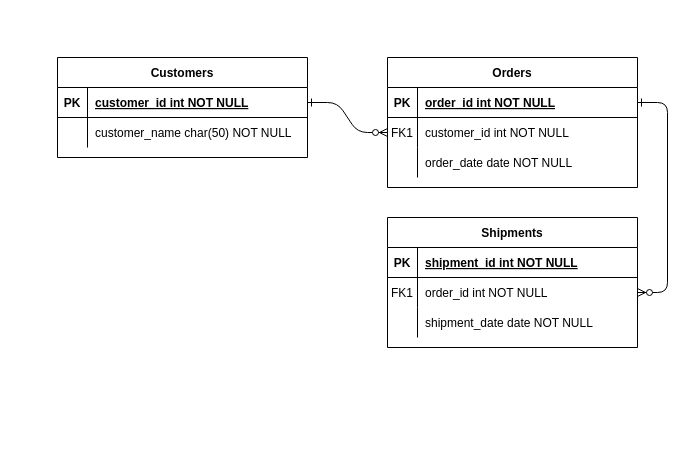
jungminji1227/study-diagram keeps this draw.io diagram as src/Untitled Diagram.drawio. Above is the earlier version. Source tidied: cells renumbered, new cells numbered last; positions are measured from the earlier drawing's top-left corner, leaving out a move shared by most shapes. Both pictures are drawn from the tidied source at 100%, with x=0, y=0 at pixel (57, 57).
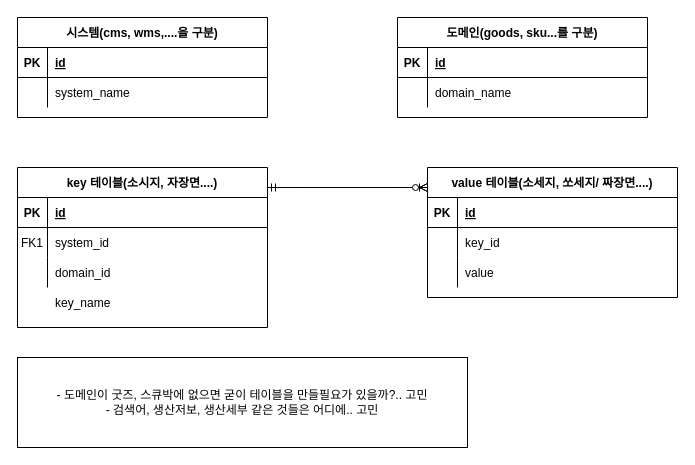
The same page after the edit.

The change refers to these unchanged cells:
```xml
<mxCell id="15" style="shape=partialRectangle;fillColor=none;top=0;left=0;right=0;bottom=1;" parent="14" vertex="1">
  <mxGeometry y="30" width="250" height="30" as="geometry" />
</mxCell>
<mxCell id="18" style="shape=partialRectangle;fillColor=none;points=[[0,0.5],[1,0.5]];portConstraint=eastwest;top=0;left=0;right=0;bottom=0;" parent="14" vertex="1">
  <mxGeometry y="60" width="250" height="30" as="geometry" />
</mxCell>
<mxCell id="21" style="shape=partialRectangle;fillColor=none;top=0;left=0;right=0;bottom=0;" parent="14" vertex="1">
  <mxGeometry y="90" width="250" height="30" as="geometry" />
</mxCell>
<mxCell id="25" style="shape=partialRectangle;fillColor=none;points=[[0,0.5],[1,0.5]];portConstraint=eastwest;top=0;left=0;right=0;bottom=1;" parent="24" vertex="1">
  <mxGeometry y="30" width="250" height="30" as="geometry" />
</mxCell>
<mxCell id="28" style="shape=partialRectangle;fillColor=none;top=0;left=0;right=0;bottom=0;" parent="24" vertex="1">
  <mxGeometry y="60" width="250" height="30" as="geometry" />
</mxCell>
```

What changed in the source:
```diff
@@
-    <mxCell id="2" style="edgeStyle=entityRelationEdgeStyle;endArrow=ERzeroToMany;startArrow=ERone;endFill=1;startFill=0;" parent="1" edge="1" source="25" target="8">
-      <mxGeometry relative="1" as="geometry" />
-    </mxCell>
-    <mxCell id="3" style="edgeStyle=entityRelationEdgeStyle;endArrow=ERzeroToMany;startArrow=ERone;endFill=1;startFill=0;" parent="1" edge="1" source="5" target="18">
-      <mxGeometry relative="1" as="geometry" />
-    </mxCell>
-    <mxCell id="4" value="Orders" style="shape=table;startSize=30;childLayout=tableLayout;rowLines=0;fontStyle=1;align=center;" parent="1" vertex="1">
-      <mxGeometry x="330" width="250" height="130" as="geometry" />
-    </mxCell>
-    <mxCell id="5" style="shape=partialRectangle;fillColor=none;points=[[0,0.5],[1,0.5]];portConstraint=eastwest;top=0;left=0;right=0;bottom=1;" parent="4" vertex="1">
-      <mxGeometry y="30" width="250" height="30" as="geometry" />
-    </mxCell>
-    <mxCell id="6" value="PK" style="shape=partialRectangle;overflow=hidden;fillColor=none;top=0;left=0;bottom=0;right=0;fontStyle=1;" parent="5" vertex="1">
-      <mxGeometry width="30" height="30" as="geometry" />
-    </mxCell>
-    <mxCell id="7" value="order_id int NOT NULL " style="shape=partialRectangle;overflow=hidden;fillColor=none;top=0;left=0;bottom=0;right=0;align=left;spacingLeft=6;fontStyle=5;" parent="5" vertex="1">
-      <mxGeometry x="30" width="220" height="30" as="geometry" />
-    </mxCell>
-    <mxCell id="8" style="shape=partialRectangle;fillColor=none;points=[[0,0.5],[1,0.5]];portConstraint=eastwest;top=0;left=0;right=0;bottom=0;" parent="4" vertex="1">
-      <mxGeometry y="60" width="250" height="30" as="geometry" />
-    </mxCell>
-    <mxCell id="9" value="FK1" style="shape=partialRectangle;overflow=hidden;fillColor=none;top=0;left=0;bottom=0;right=0;" parent="8" vertex="1">
-      <mxGeometry width="30" height="30" as="geometry" />
-    </mxCell>
-    <mxCell id="10" value="customer_id int NOT NULL" style="shape=partialRectangle;overflow=hidden;fillColor=none;top=0;left=0;bottom=0;right=0;align=left;spacingLeft=6;" parent="8" vertex="1">
-      <mxGeometry x="30" width="220" height="30" as="geometry" />
-    </mxCell>
-    <mxCell id="11" style="shape=partialRectangle;fillColor=none;top=0;left=0;right=0;bottom=0;" parent="4" vertex="1">
-      <mxGeometry y="90" width="250" height="30" as="geometry" />
-    </mxCell>
-    <mxCell id="12" style="shape=partialRectangle;overflow=hidden;fillColor=none;top=0;left=0;bottom=0;right=0;" parent="11" vertex="1">
-      <mxGeometry width="30" height="30" as="geometry" />
-    </mxCell>
-    <mxCell id="13" value="order_date date NOT NULL" style="shape=partialRectangle;overflow=hidden;fillColor=none;top=0;left=0;bottom=0;right=0;align=left;spacingLeft=6;" parent="11" vertex="1">
-      <mxGeometry x="30" width="220" height="30" as="geometry" />
-    </mxCell>
-    <mxCell id="14" value="Shipments" style="shape=table;startSize=30;childLayout=tableLayout;rowLines=0;fontStyle=1;align=center;" parent="1" vertex="1">
-      <mxGeometry x="330" y="160" width="250" height="130" as="geometry" />
+    <mxCell id="14" value="key 테이블(소시지, 자장면....)" style="shape=table;startSize=30;childLayout=tableLayout;rowLines=0;fontStyle=1;align=center;" parent="1" vertex="1">
+      <mxGeometry x="-40" y="110" width="250" height="160" as="geometry" />
     </mxCell>
@@
-    <mxCell id="17" value="shipment_id int NOT NULL " style="shape=partialRectangle;overflow=hidden;fillColor=none;top=0;left=0;bottom=0;right=0;align=left;spacingLeft=6;fontStyle=5;" parent="15" vertex="1">
+    <mxCell id="17" value="id" style="shape=partialRectangle;overflow=hidden;fillColor=none;top=0;left=0;bottom=0;right=0;align=left;spacingLeft=6;fontStyle=5;" parent="15" vertex="1">
       <mxGeometry x="30" width="220" height="30" as="geometry" />
     </mxCell>
@@
-    <mxCell id="20" value="order_id int NOT NULL" style="shape=partialRectangle;overflow=hidden;fillColor=none;top=0;left=0;bottom=0;right=0;align=left;spacingLeft=6;" parent="18" vertex="1">
+    <mxCell id="20" value="system_id" style="shape=partialRectangle;overflow=hidden;fillColor=none;top=0;left=0;bottom=0;right=0;align=left;spacingLeft=6;" parent="18" vertex="1">
       <mxGeometry x="30" width="220" height="30" as="geometry" />
     </mxCell>
@@
-    <mxCell id="23" value="shipment_date date NOT NULL" style="shape=partialRectangle;overflow=hidden;fillColor=none;top=0;left=0;bottom=0;right=0;align=left;spacingLeft=6;" parent="21" vertex="1">
+    <mxCell id="23" value="domain_id" style="shape=partialRectangle;overflow=hidden;fillColor=none;top=0;left=0;bottom=0;right=0;align=left;spacingLeft=6;" parent="21" vertex="1">
       <mxGeometry x="30" width="220" height="30" as="geometry" />
     </mxCell>
-    <mxCell id="24" value="Customers" style="shape=table;startSize=30;childLayout=tableLayout;rowLines=0;fontStyle=1;align=center;" parent="1" vertex="1">
-      <mxGeometry width="250" height="100" as="geometry" />
+    <mxCell id="24" value="시스템(cms, wms,....을 구분)" style="shape=table;startSize=30;childLayout=tableLayout;rowLines=0;fontStyle=1;align=center;" parent="1" vertex="1">
+      <mxGeometry x="-40" y="-40" width="250" height="100" as="geometry" />
     </mxCell>
@@
-    <mxCell id="27" value="customer_id int NOT NULL " style="shape=partialRectangle;overflow=hidden;fillColor=none;top=0;left=0;bottom=0;right=0;align=left;spacingLeft=6;fontStyle=5;" parent="25" vertex="1">
+    <mxCell id="27" value="id" style="shape=partialRectangle;overflow=hidden;fillColor=none;top=0;left=0;bottom=0;right=0;align=left;spacingLeft=6;fontStyle=5;" parent="25" vertex="1">
       <mxGeometry x="30" width="220" height="30" as="geometry" />
     </mxCell>
@@
-    <mxCell id="30" value="customer_name char(50) NOT NULL" style="shape=partialRectangle;overflow=hidden;fillColor=none;top=0;left=0;bottom=0;right=0;align=left;spacingLeft=6;" parent="28" vertex="1">
+    <mxCell id="30" value="system_name" style="shape=partialRectangle;overflow=hidden;fillColor=none;top=0;left=0;bottom=0;right=0;align=left;spacingLeft=6;" parent="28" vertex="1">
       <mxGeometry x="30" width="220" height="30" as="geometry" />
     </mxCell>
+    <mxCell id="31" value="value 테이블(소세지, 쏘세지/ 짜장면....)" style="shape=table;startSize=30;childLayout=tableLayout;rowLines=0;fontStyle=1;align=center;" parent="1" vertex="1">
+      <mxGeometry x="370" y="110" width="250" height="130" as="geometry" />
+    </mxCell>
+    <mxCell id="32" style="shape=partialRectangle;fillColor=none;top=0;left=0;right=0;bottom=1;" parent="31" vertex="1">
+      <mxGeometry y="30" width="250" height="30" as="geometry" />
+    </mxCell>
+    <mxCell id="33" value="PK" style="shape=partialRectangle;overflow=hidden;fillColor=none;top=0;left=0;bottom=0;right=0;fontStyle=1;" parent="32" vertex="1">
+      <mxGeometry width="30" height="30" as="geometry" />
+    </mxCell>
+    <mxCell id="34" value="id" style="shape=partialRectangle;overflow=hidden;fillColor=none;top=0;left=0;bottom=0;right=0;align=left;spacingLeft=6;fontStyle=5;" parent="32" vertex="1">
+      <mxGeometry x="30" width="220" height="30" as="geometry" />
+    </mxCell>
+    <mxCell id="35" style="shape=partialRectangle;fillColor=none;top=0;left=0;right=0;bottom=0;" parent="31" vertex="1">
+      <mxGeometry y="60" width="250" height="30" as="geometry" />
+    </mxCell>
+    <mxCell id="36" style="shape=partialRectangle;overflow=hidden;fillColor=none;top=0;left=0;bottom=0;right=0;" parent="35" vertex="1">
+      <mxGeometry width="30" height="30" as="geometry" />
+    </mxCell>
+    <mxCell id="37" value="key_id" style="shape=partialRectangle;overflow=hidden;fillColor=none;top=0;left=0;bottom=0;right=0;align=left;spacingLeft=6;" parent="35" vertex="1">
+      <mxGeometry x="30" width="220" height="30" as="geometry" />
+    </mxCell>
+    <mxCell id="11" style="shape=partialRectangle;fillColor=none;top=0;left=0;right=0;bottom=0;" parent="31" vertex="1">
+      <mxGeometry y="90" width="250" height="30" as="geometry" />
+    </mxCell>
+    <mxCell id="38" style="shape=partialRectangle;overflow=hidden;fillColor=none;top=0;left=0;bottom=0;right=0;" parent="11" vertex="1">
+      <mxGeometry width="30" height="30" as="geometry" />
+    </mxCell>
+    <mxCell id="39" value="value" style="shape=partialRectangle;overflow=hidden;fillColor=none;top=0;left=0;bottom=0;right=0;align=left;spacingLeft=6;" parent="11" vertex="1">
+      <mxGeometry x="30" width="220" height="30" as="geometry" />
+    </mxCell>
+    <mxCell id="40" value="도메인(goods, sku...를 구분)" style="shape=table;startSize=30;childLayout=tableLayout;rowLines=0;fontStyle=1;align=center;" parent="1" vertex="1">
+      <mxGeometry x="340" y="-40" width="250" height="100" as="geometry" />
+    </mxCell>
+    <mxCell id="41" style="shape=partialRectangle;fillColor=none;top=0;left=0;right=0;bottom=1;" parent="40" vertex="1">
+      <mxGeometry y="30" width="250" height="30" as="geometry" />
+    </mxCell>
+    <mxCell id="42" value="PK" style="shape=partialRectangle;overflow=hidden;fillColor=none;top=0;left=0;bottom=0;right=0;fontStyle=1;" parent="41" vertex="1">
+      <mxGeometry width="30" height="30" as="geometry" />
+    </mxCell>
+    <mxCell id="43" value="id" style="shape=partialRectangle;overflow=hidden;fillColor=none;top=0;left=0;bottom=0;right=0;align=left;spacingLeft=6;fontStyle=5;" parent="41" vertex="1">
+      <mxGeometry x="30" width="220" height="30" as="geometry" />
+    </mxCell>
+    <mxCell id="44" style="shape=partialRectangle;fillColor=none;top=0;left=0;right=0;bottom=0;" parent="40" vertex="1">
+      <mxGeometry y="60" width="250" height="30" as="geometry" />
+    </mxCell>
+    <mxCell id="45" style="shape=partialRectangle;overflow=hidden;fillColor=none;top=0;left=0;bottom=0;right=0;" parent="44" vertex="1">
+      <mxGeometry width="30" height="30" as="geometry" />
+    </mxCell>
+    <mxCell id="46" value="domain_name" style="shape=partialRectangle;overflow=hidden;fillColor=none;top=0;left=0;bottom=0;right=0;align=left;spacingLeft=6;" parent="44" vertex="1">
+      <mxGeometry x="30" width="220" height="30" as="geometry" />
+    </mxCell>
+    <mxCell id="47" style="shape=partialRectangle;fillColor=none;top=0;left=0;right=0;bottom=0;" parent="1" vertex="1">
+      <mxGeometry x="-40" y="230" width="250" height="30" as="geometry" />
+    </mxCell>
+    <mxCell id="48" style="shape=partialRectangle;overflow=hidden;fillColor=none;top=0;left=0;bottom=0;right=0;" parent="47" vertex="1">
+      <mxGeometry width="30" height="30" as="geometry" />
+    </mxCell>
+    <mxCell id="49" value="key_name" style="shape=partialRectangle;overflow=hidden;fillColor=none;top=0;left=0;bottom=0;right=0;align=left;spacingLeft=6;" parent="47" vertex="1">
+      <mxGeometry x="30" width="220" height="30" as="geometry" />
+    </mxCell>
+    <mxCell id="50" style="edgeStyle=entityRelationEdgeStyle;fontSize=12;html=1;endArrow=ERoneToMany;rounded=0;exitX=1;exitY=0.5;exitDx=0;exitDy=0;" parent="1" edge="1">
+      <mxGeometry relative="1" as="geometry">
+        <mxPoint x="210" y="130" as="sourcePoint" />
+        <mxPoint x="370" y="130" as="targetPoint" />
+      </mxGeometry>
+    </mxCell>
+    <mxCell id="51" style="edgeStyle=entityRelationEdgeStyle;fontSize=12;html=1;endArrow=ERzeroToMany;startArrow=ERmandOne;rounded=0;" parent="1" edge="1">
+      <mxGeometry relative="1" as="geometry">
+        <mxPoint x="210" y="130" as="sourcePoint" />
+        <mxPoint x="370" y="130" as="targetPoint" />
+      </mxGeometry>
+    </mxCell>
+    <mxCell id="52" value="- 도메인이 굿즈, 스큐박에 없으면 굳이 테이블을 만들필요가 있을까?.. 고민&lt;br&gt;- 검색어, 생산저보, 생산세부 같은 것들은 어디에.. 고민" style="rounded=0;whiteSpace=wrap;html=1;" parent="1" vertex="1">
+      <mxGeometry x="-40" y="300" width="450" height="90" as="geometry" />
+    </mxCell>
```
